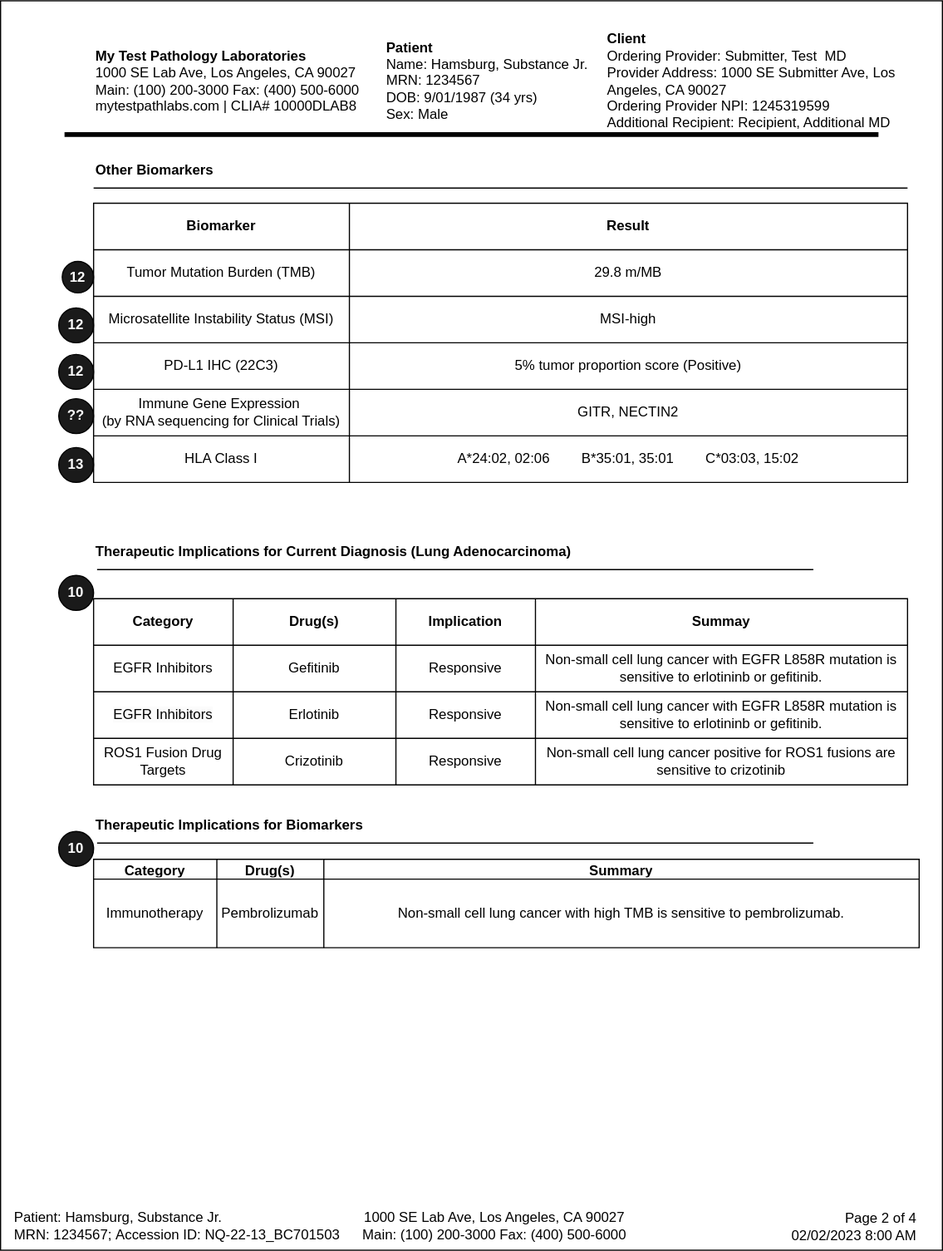
Above: input/images/Report_Page2.svg in HL7/genomics-reporting (draw.io), before the change. Source tidied: cells renumbered, new cells last; positions are measured from the earlier drawing's top-left corner, leaving out a move shared by most shapes.
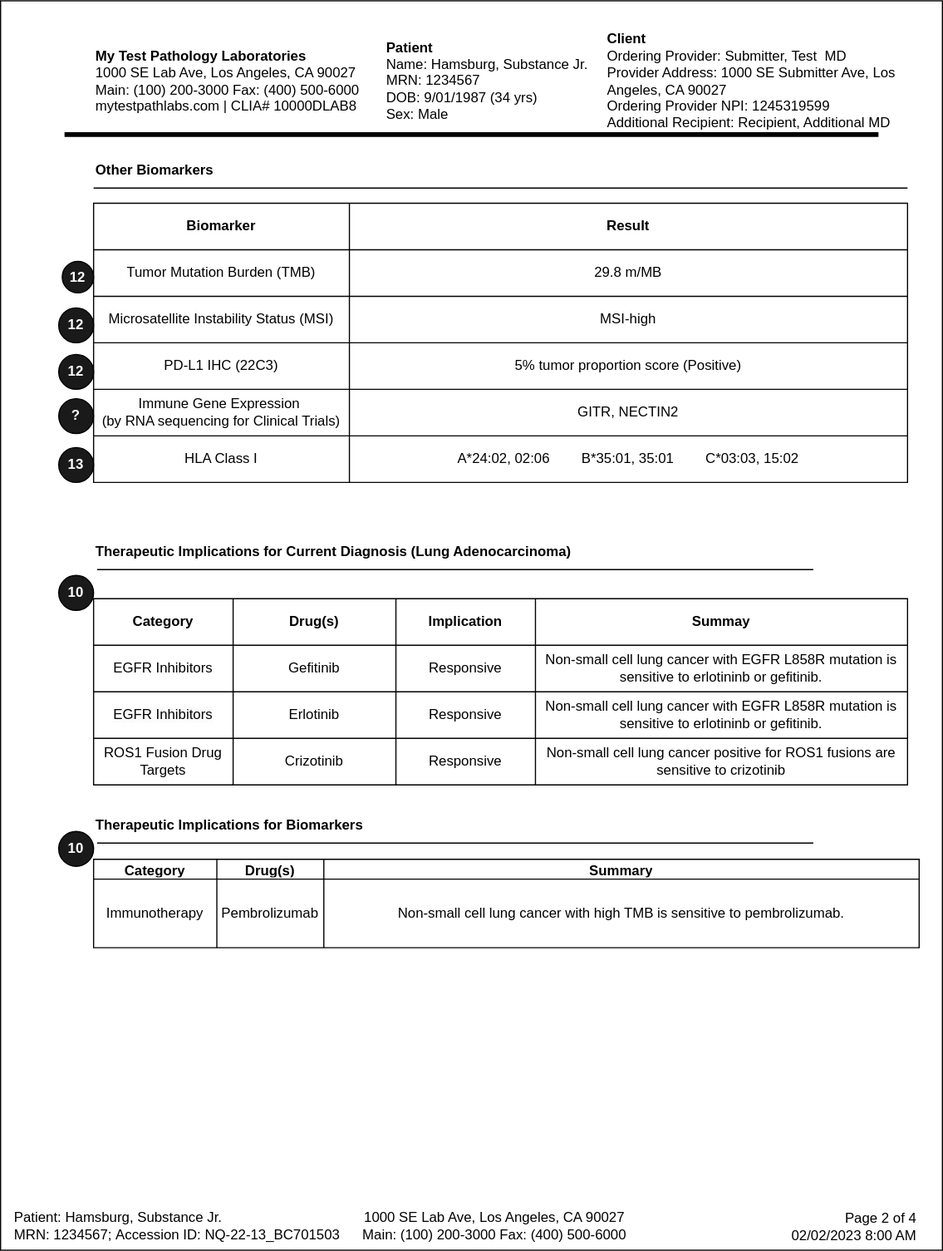
The same file after the commit.

The edit, as a diff of the source:
```diff
@@ -209,7 +209,7 @@
     <mxCell id="67" value="&lt;font color=&quot;#ffffff&quot; style=&quot;font-size: 12px;&quot;&gt;&lt;b&gt;12&lt;/b&gt;&lt;/font&gt;" style="ellipse;whiteSpace=wrap;html=1;fillColor=#1A1A1A;direction=south;" parent="1" vertex="1">
       <mxGeometry x="50" y="304" width="30" height="30" as="geometry" />
     </mxCell>
-    <mxCell id="68" value="&lt;font color=&quot;#ffffff&quot; style=&quot;font-size: 12px;&quot;&gt;&lt;b&gt;??&lt;/b&gt;&lt;/font&gt;" style="ellipse;whiteSpace=wrap;html=1;fillColor=#1A1A1A;direction=south;" parent="1" vertex="1">
+    <mxCell id="68" value="&lt;font color=&quot;#ffffff&quot; style=&quot;font-size: 12px;&quot;&gt;&lt;b&gt;?&lt;/b&gt;&lt;/font&gt;" style="ellipse;whiteSpace=wrap;html=1;fillColor=#1A1A1A;direction=south;" parent="1" vertex="1">
       <mxGeometry x="50" y="342" width="30" height="30" as="geometry" />
     </mxCell>
     <mxCell id="69" value="&lt;font color=&quot;#ffffff&quot; style=&quot;font-size: 12px;&quot;&gt;&lt;b&gt;13&lt;/b&gt;&lt;/font&gt;" style="ellipse;whiteSpace=wrap;html=1;fillColor=#1A1A1A;direction=south;" parent="1" vertex="1">
```
